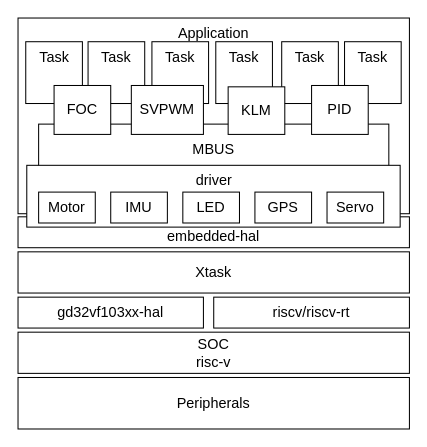
Above: doc/degin.dio in gqf2008/Xpilot (draw.io), before the change. Source tidied: cells renumbered, new cells numbered last; positions are measured from the earlier drawing's top-left corner, leaving out a move shared by most shapes. Both pictures are drawn from the tidied source at 103%, with x=0, y=0 at pixel (18, 18).
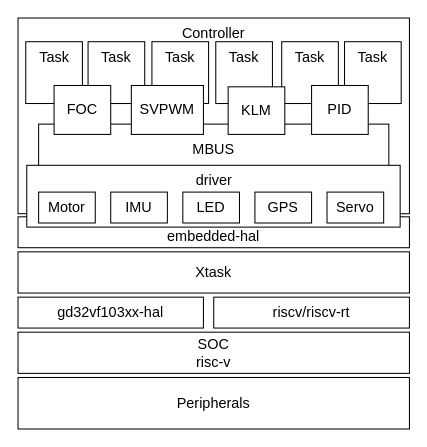
Above is the later version.

Change to the diagram source:
```diff
@@
-    <mxCell id="6" value="Application" style="rounded=0;whiteSpace=wrap;html=1;verticalAlign=top;fontSize=14;" parent="1" vertex="1">
+    <mxCell id="6" value="Controller" style="rounded=0;whiteSpace=wrap;html=1;verticalAlign=top;fontSize=14;" parent="1" vertex="1">
       <mxGeometry width="380" height="190" as="geometry" />
     </mxCell>
```
